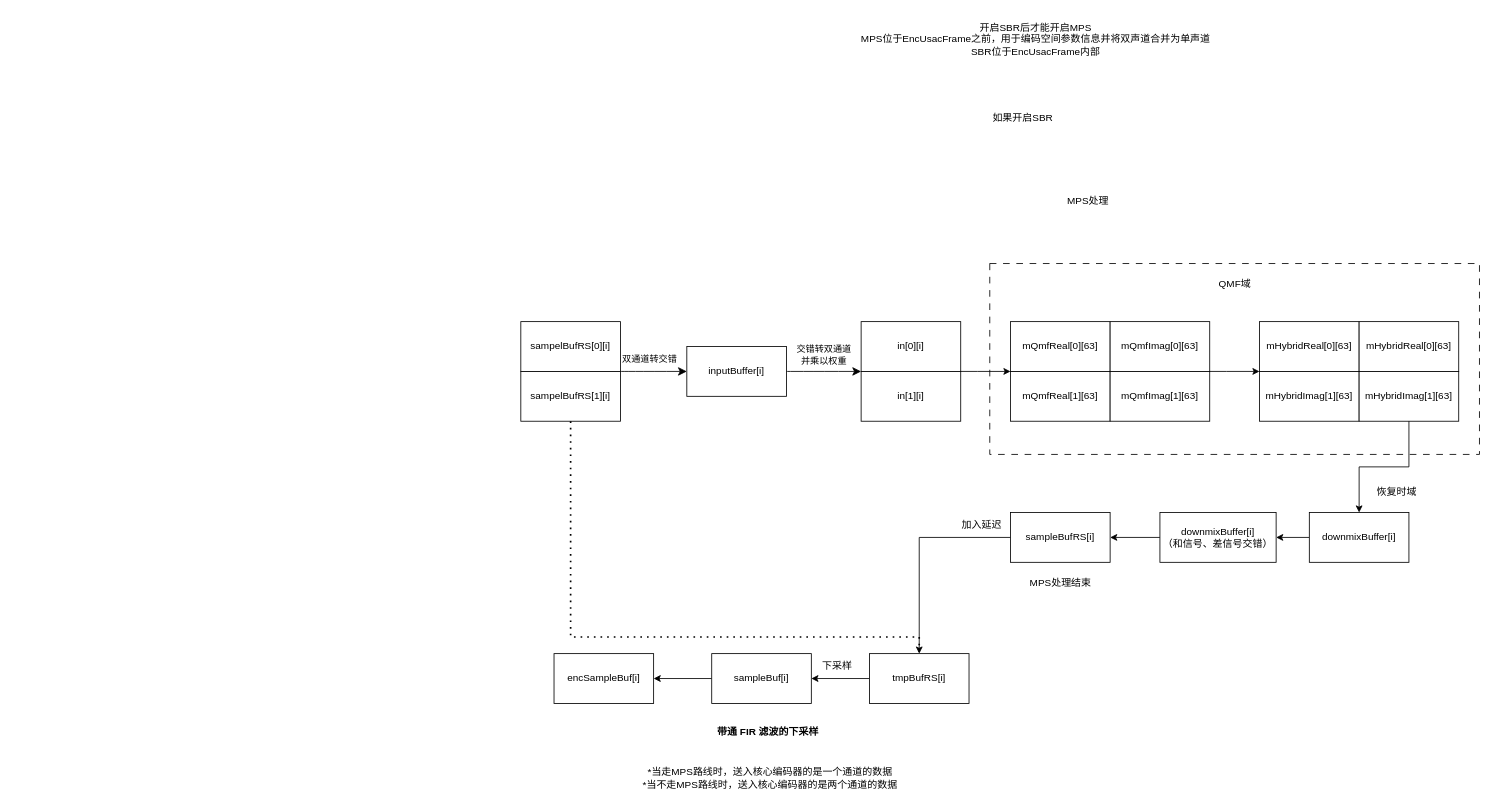
Earlier version of the draw.io diagram Mps212.drawio (xdzqyyds/draw.io). Source tidied: cells renumbered, new cells numbered last; positions are measured from the earlier drawing's top-left corner, leaving out a move shared by most shapes. Both pictures are drawn from the tidied source at 83%, with x=0, y=0 at pixel (520, 14).
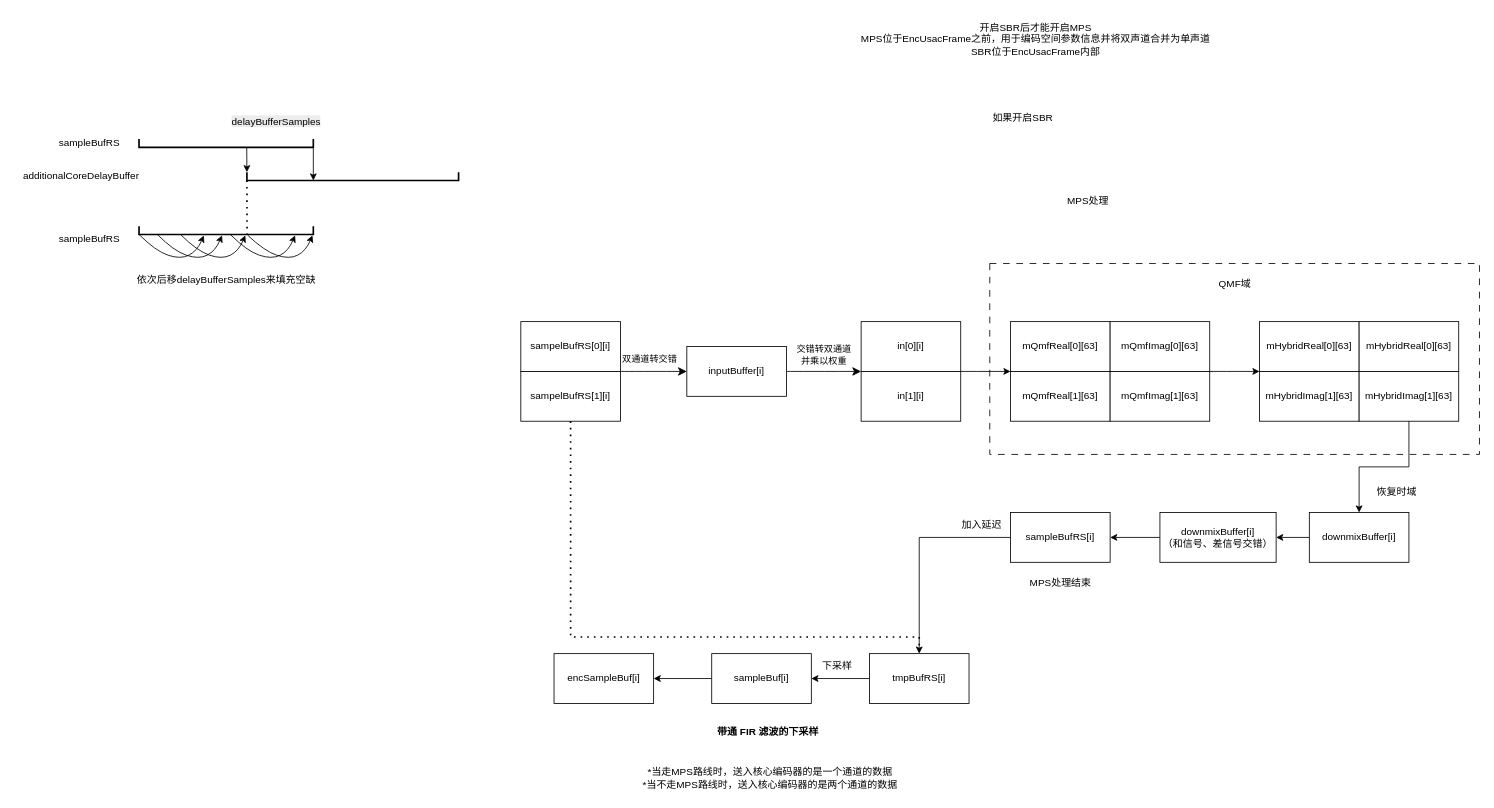
The same diagram, later.

Change to the diagram source:
```diff
@@
+    <mxCell id="49" style="strokeWidth=2;html=1;shape=mxgraph.flowchart.annotation_1;align=left;rotation=-90;" parent="1" vertex="1">
+      <mxGeometry x="-360" y="50" width="10" height="210" as="geometry" />
+    </mxCell>
+    <mxCell id="50" style="strokeWidth=2;html=1;shape=mxgraph.flowchart.annotation_1;align=left;rotation=-90;" parent="1" vertex="1">
+      <mxGeometry x="-207.5" y="67.5" width="10" height="255" as="geometry" />
+    </mxCell>
+    <mxCell id="51" style="endArrow=classic;html=1;rounded=0;exitX=0;exitY=1;exitDx=0;exitDy=0;exitPerimeter=0;" parent="1" edge="1" source="49">
+      <mxGeometry relative="1" as="geometry">
+        <mxPoint x="-250" y="200" as="targetPoint" />
+      </mxGeometry>
+    </mxCell>
+    <mxCell id="52" style="endArrow=classic;html=1;rounded=0;exitX=0.005;exitY=0.618;exitDx=0;exitDy=0;exitPerimeter=0;" parent="1" edge="1" source="49">
+      <mxGeometry relative="1" as="geometry">
+        <mxPoint x="-330" y="190" as="targetPoint" />
+      </mxGeometry>
+    </mxCell>
+    <mxCell id="53" value="sampleBufRS" style="text;html=1;align=center;verticalAlign=middle;strokeColor=none;fillColor=none;" parent="1" vertex="1">
+      <mxGeometry x="-570" y="140" width="100" height="30" as="geometry" />
+    </mxCell>
+    <mxCell id="54" value="additionalCoreDelayBuffer" style="text;html=1;align=center;verticalAlign=middle;strokeColor=none;fillColor=none;" parent="1" vertex="1">
+      <mxGeometry x="-610" y="180" width="160" height="30" as="geometry" />
+    </mxCell>
+    <mxCell id="55" style="strokeWidth=2;html=1;shape=mxgraph.flowchart.annotation_1;align=left;rotation=-90;" parent="1" vertex="1">
+      <mxGeometry x="-360" y="155" width="10" height="210" as="geometry" />
+    </mxCell>
+    <mxCell id="56" value="sampleBufRS" style="text;html=1;align=center;verticalAlign=middle;strokeColor=none;fillColor=none;" parent="1" vertex="1">
+      <mxGeometry x="-570" y="255" width="100" height="30" as="geometry" />
+    </mxCell>
+    <mxCell id="57" style="endArrow=none;dashed=1;html=1;dashPattern=1 3;strokeWidth=2;rounded=0;entryX=0;entryY=0;entryDx=0;entryDy=0;entryPerimeter=0;exitX=-0.075;exitY=0.62;exitDx=0;exitDy=0;exitPerimeter=0;" parent="1" edge="1" source="55" target="50">
+      <mxGeometry relative="1" as="geometry" />
+    </mxCell>
+    <mxCell id="58" style="curved=1;endArrow=classic;html=1;rounded=0;exitX=0;exitY=0;exitDx=0;exitDy=0;exitPerimeter=0;entryX=-0.124;entryY=0.372;entryDx=0;entryDy=0;entryPerimeter=0;" parent="1" edge="1" source="55" target="55">
+      <mxGeometry relative="1" as="geometry">
+        <Array as="points">
+          <mxPoint x="-440" y="285" />
+          <mxPoint x="-410" y="295" />
+          <mxPoint x="-390" y="285" />
+        </Array>
+      </mxGeometry>
+    </mxCell>
+    <mxCell id="59" style="curved=1;endArrow=classic;html=1;rounded=0;exitX=0;exitY=0;exitDx=0;exitDy=0;exitPerimeter=0;entryX=-0.124;entryY=0.372;entryDx=0;entryDy=0;entryPerimeter=0;" parent="1" edge="1">
+      <mxGeometry relative="1" as="geometry">
+        <mxPoint x="-438" y="265" as="sourcePoint" />
+        <mxPoint x="-360" y="266" as="targetPoint" />
+        <Array as="points">
+          <mxPoint x="-418" y="285" />
+          <mxPoint x="-388" y="295" />
+          <mxPoint x="-368" y="285" />
+        </Array>
+      </mxGeometry>
+    </mxCell>
+    <mxCell id="60" style="curved=1;endArrow=classic;html=1;rounded=0;exitX=0;exitY=0;exitDx=0;exitDy=0;exitPerimeter=0;entryX=-0.124;entryY=0.372;entryDx=0;entryDy=0;entryPerimeter=0;" parent="1" edge="1">
+      <mxGeometry relative="1" as="geometry">
+        <mxPoint x="-410" y="265" as="sourcePoint" />
+        <mxPoint x="-332" y="266" as="targetPoint" />
+        <Array as="points">
+          <mxPoint x="-390" y="285" />
+          <mxPoint x="-360" y="295" />
+          <mxPoint x="-340" y="285" />
+        </Array>
+      </mxGeometry>
+    </mxCell>
+    <mxCell id="61" style="curved=1;endArrow=classic;html=1;rounded=0;exitX=0;exitY=0;exitDx=0;exitDy=0;exitPerimeter=0;entryX=-0.124;entryY=0.372;entryDx=0;entryDy=0;entryPerimeter=0;" parent="1" edge="1">
+      <mxGeometry relative="1" as="geometry">
+        <mxPoint x="-350" y="265" as="sourcePoint" />
+        <mxPoint x="-272" y="266" as="targetPoint" />
+        <Array as="points">
+          <mxPoint x="-330" y="285" />
+          <mxPoint x="-300" y="295" />
+          <mxPoint x="-280" y="285" />
+        </Array>
+      </mxGeometry>
+    </mxCell>
+    <mxCell id="62" style="curved=1;endArrow=classic;html=1;rounded=0;entryX=-0.124;entryY=0.372;entryDx=0;entryDy=0;entryPerimeter=0;" parent="1" edge="1">
+      <mxGeometry relative="1" as="geometry">
+        <mxPoint x="-329" y="266" as="sourcePoint" />
+        <mxPoint x="-251" y="266" as="targetPoint" />
+        <Array as="points">
+          <mxPoint x="-309" y="285" />
+          <mxPoint x="-279" y="295" />
+          <mxPoint x="-259" y="285" />
+        </Array>
+      </mxGeometry>
+    </mxCell>
+    <mxCell id="63" value="依次后移delayBufferSamples来填充空缺" style="text;html=1;align=center;verticalAlign=middle;strokeColor=none;fillColor=none;" parent="1" vertex="1">
+      <mxGeometry x="-475" y="305" width="240" height="30" as="geometry" />
+    </mxCell>
+    <mxCell id="64" value="&lt;span style=&quot;color: rgb(0, 0, 0); font-family: Helvetica; font-size: 12px; font-style: normal; font-variant-ligatures: normal; font-variant-caps: normal; font-weight: 400; letter-spacing: normal; orphans: 2; text-align: center; text-indent: 0px; text-transform: none; widows: 2; word-spacing: 0px; -webkit-text-stroke-width: 0px; white-space: nowrap; background-color: rgb(236, 236, 236); text-decoration-thickness: initial; text-decoration-style: initial; text-decoration-color: initial; display: inline !important; float: none;&quot;&gt;delayBufferSamples&lt;/span&gt;" style="text;whiteSpace=wrap;html=1;" parent="1" vertex="1">
+      <mxGeometry x="-350" y="115" width="140" height="40" as="geometry" />
+    </mxCell>
```
